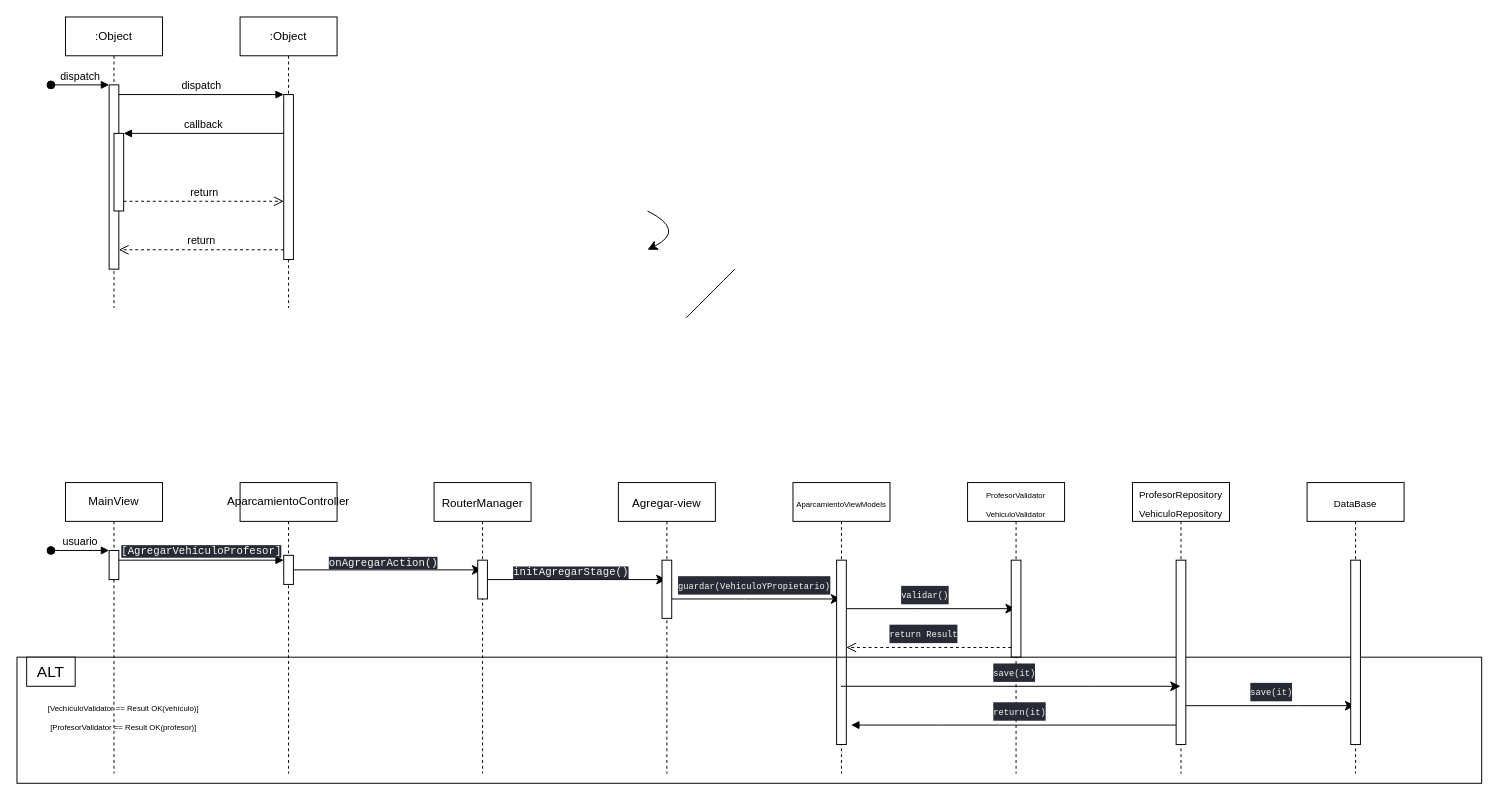
Earlier version of the draw.io diagram page "Guardar Vehículo - Propietario" (1 of 2) of Diagramas/Diagramas/Diagrama de flujo.drawio (sergiosimonf/Proyecto-Aparcamiento). Source tidied: cells renumbered, new cells numbered last; positions are measured from the earlier drawing's top-left corner, leaving out a move shared by most shapes. Both pictures are drawn from the tidied source at 97%, with x=0, y=0 at pixel (16, 16).
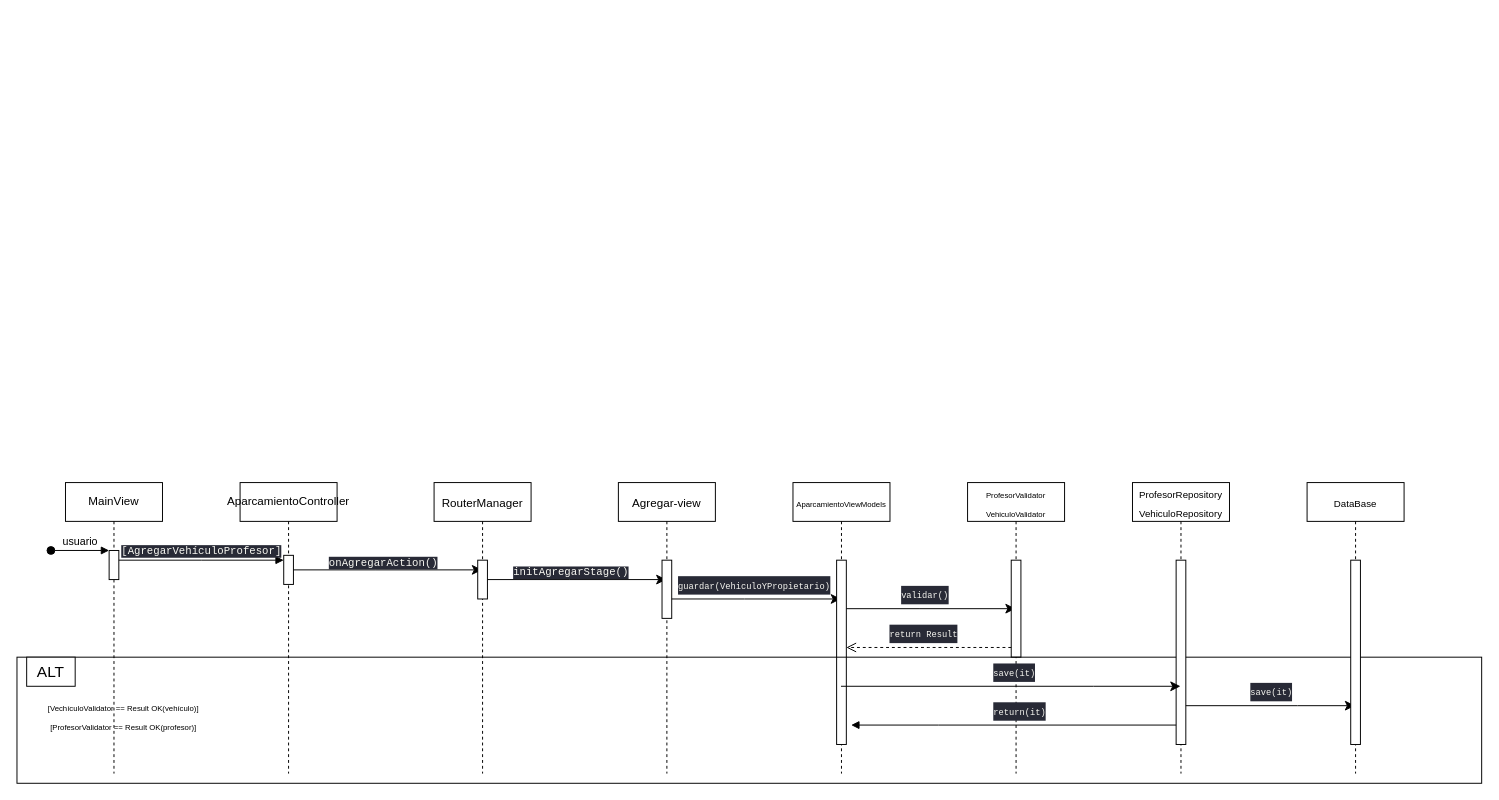
After the change.

The edit, as a diff of the source:
```diff
@@
-    <mxCell id="3" value=":Object" style="shape=umlLifeline;perimeter=lifelinePerimeter;whiteSpace=wrap;html=1;newEdgeStyle={&quot;edgeStyle&quot;:&quot;elbowEdgeStyle&quot;,&quot;elbow&quot;:&quot;vertical&quot;,&quot;curved&quot;:0,&quot;rounded&quot;:0};" parent="1" vertex="1">
-      <mxGeometry x="50" width="100" height="300" as="geometry" />
-    </mxCell>
-    <mxCell id="4" style="html=1;points=[];perimeter=orthogonalPerimeter;outlineConnect=0;targetShapes=umlLifeline;portConstraint=eastwest;newEdgeStyle={&quot;edgeStyle&quot;:&quot;elbowEdgeStyle&quot;,&quot;elbow&quot;:&quot;vertical&quot;,&quot;curved&quot;:0,&quot;rounded&quot;:0};" parent="3" vertex="1">
-      <mxGeometry x="45" y="70" width="10" height="190" as="geometry" />
-    </mxCell>
-    <mxCell id="5" value="dispatch" style="html=1;verticalAlign=bottom;startArrow=oval;endArrow=block;startSize=8;edgeStyle=elbowEdgeStyle;elbow=vertical;curved=0;rounded=0;" parent="3" edge="1" target="4">
-      <mxGeometry relative="1" as="geometry">
-        <mxPoint x="-15" y="70" as="sourcePoint" />
-      </mxGeometry>
-    </mxCell>
-    <mxCell id="6" style="html=1;points=[];perimeter=orthogonalPerimeter;outlineConnect=0;targetShapes=umlLifeline;portConstraint=eastwest;newEdgeStyle={&quot;edgeStyle&quot;:&quot;elbowEdgeStyle&quot;,&quot;elbow&quot;:&quot;vertical&quot;,&quot;curved&quot;:0,&quot;rounded&quot;:0};" parent="3" vertex="1">
-      <mxGeometry x="50" y="120" width="10" height="80" as="geometry" />
-    </mxCell>
-    <mxCell id="7" value=":Object" style="shape=umlLifeline;perimeter=lifelinePerimeter;whiteSpace=wrap;html=1;newEdgeStyle={&quot;edgeStyle&quot;:&quot;elbowEdgeStyle&quot;,&quot;elbow&quot;:&quot;vertical&quot;,&quot;curved&quot;:0,&quot;rounded&quot;:0};" parent="1" vertex="1">
-      <mxGeometry x="230" width="100" height="300" as="geometry" />
-    </mxCell>
-    <mxCell id="8" style="html=1;points=[];perimeter=orthogonalPerimeter;outlineConnect=0;targetShapes=umlLifeline;portConstraint=eastwest;newEdgeStyle={&quot;edgeStyle&quot;:&quot;elbowEdgeStyle&quot;,&quot;elbow&quot;:&quot;vertical&quot;,&quot;curved&quot;:0,&quot;rounded&quot;:0};" parent="7" vertex="1">
-      <mxGeometry x="45" y="80" width="10" height="170" as="geometry" />
-    </mxCell>
-    <mxCell id="9" value="dispatch" style="html=1;verticalAlign=bottom;endArrow=block;edgeStyle=elbowEdgeStyle;elbow=vertical;curved=0;rounded=0;" parent="1" edge="1" source="4" target="8">
-      <mxGeometry relative="1" as="geometry">
-        <Array as="points">
-          <mxPoint x="190" y="80" />
-        </Array>
-      </mxGeometry>
-    </mxCell>
-    <mxCell id="10" value="return" style="html=1;verticalAlign=bottom;endArrow=open;dashed=1;endSize=8;edgeStyle=elbowEdgeStyle;elbow=vertical;curved=0;rounded=0;" parent="1" edge="1" source="8" target="4">
-      <mxGeometry relative="1" as="geometry">
-        <Array as="points">
-          <mxPoint x="200" y="240" />
-        </Array>
-      </mxGeometry>
-    </mxCell>
-    <mxCell id="11" value="callback" style="html=1;verticalAlign=bottom;endArrow=block;edgeStyle=elbowEdgeStyle;elbow=vertical;curved=0;rounded=0;" parent="1" edge="1" source="8" target="6">
-      <mxGeometry relative="1" as="geometry">
-        <Array as="points">
-          <mxPoint x="200" y="120" />
-        </Array>
-      </mxGeometry>
-    </mxCell>
-    <mxCell id="12" value="return" style="html=1;verticalAlign=bottom;endArrow=open;dashed=1;endSize=8;edgeStyle=elbowEdgeStyle;elbow=vertical;curved=0;rounded=0;" parent="1" edge="1" source="6" target="8">
-      <mxGeometry relative="1" as="geometry">
-        <Array as="points">
-          <mxPoint x="190" y="190" />
-        </Array>
-      </mxGeometry>
-    </mxCell>
@@
-    <mxCell id="49" style="endArrow=none;html=1;rounded=0;fontSize=12;startSize=8;endSize=8;curved=1;" parent="1" edge="1">
-      <mxGeometry relative="1" as="geometry">
-        <mxPoint x="690" y="310" as="sourcePoint" />
-        <mxPoint x="740" y="260" as="targetPoint" />
-      </mxGeometry>
-    </mxCell>
-    <mxCell id="50" style="endArrow=classic;html=1;rounded=0;fontSize=12;startSize=8;endSize=8;curved=1;" parent="1" edge="1">
-      <mxGeometry relative="1" as="geometry">
-        <mxPoint x="650" y="200" as="sourcePoint" />
-        <mxPoint x="650" y="240" as="targetPoint" />
-        <Array as="points">
-          <mxPoint x="690" y="220" />
-        </Array>
-      </mxGeometry>
-    </mxCell>
```
